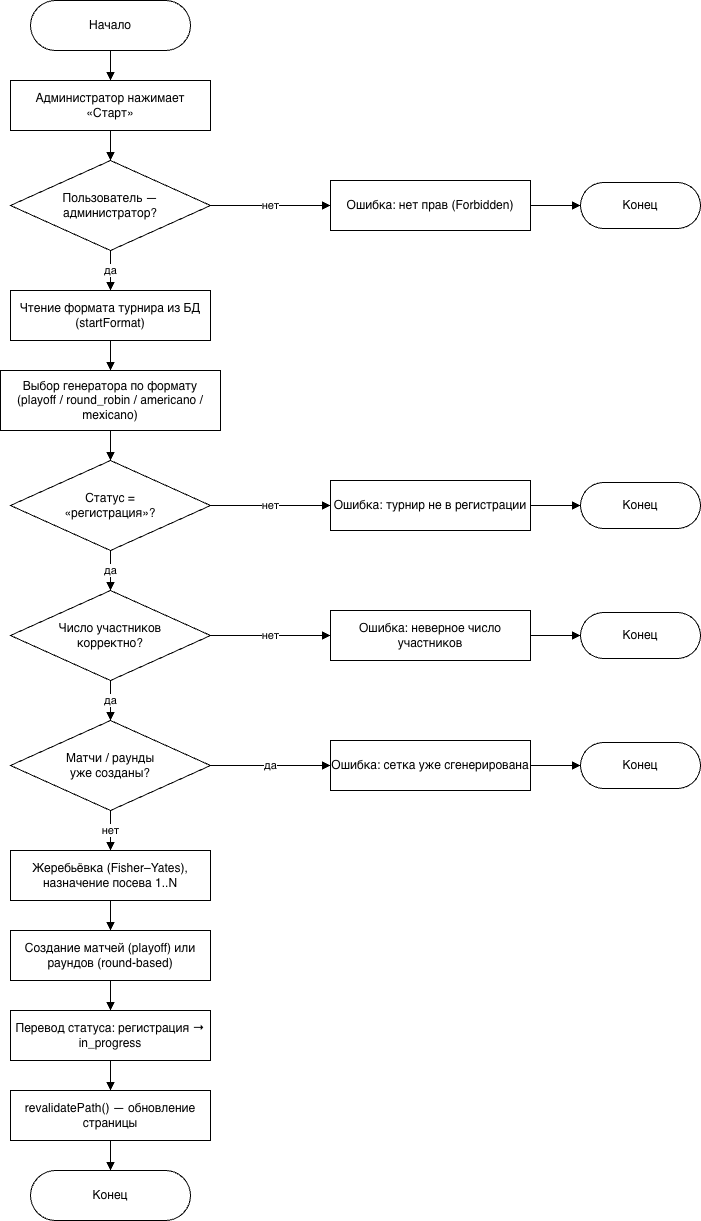
Before: docs/diagrams/07.png, a diagram exported from draw.io (memekas/diplom). Source tidied: cells renumbered, new cells last; positions are measured from the earlier drawing's top-left corner, leaving out a move shared by most shapes. Its diagram source:
```xml
<mxGraphModel>
  <root>
    <mxCell id="0" />
    <mxCell id="1" parent="0" />
    <mxCell id="2" value="Начало" style="rounded=1;arcSize=50;whiteSpace=wrap;html=1;" parent="1" vertex="1">
      <mxGeometry x="30" width="160" height="50" as="geometry" />
    </mxCell>
    <mxCell id="3" value="Администратор нажимает «Старт»" style="rounded=0;whiteSpace=wrap;html=1;" parent="1" vertex="1">
      <mxGeometry x="10" y="80" width="200" height="50" as="geometry" />
    </mxCell>
    <mxCell id="4" value="Пользователь —&#10;администратор?" style="rhombus;whiteSpace=wrap;html=1;" parent="1" vertex="1">
      <mxGeometry x="10" y="160" width="200" height="90" as="geometry" />
    </mxCell>
    <mxCell id="5" value="Чтение формата турнира из БД (startFormat)" style="rounded=0;whiteSpace=wrap;html=1;" parent="1" vertex="1">
      <mxGeometry x="10" y="290" width="200" height="50" as="geometry" />
    </mxCell>
    <mxCell id="6" value="Выбор генератора по формату&#10;(playoff / round_robin / americano / mexicano)" style="rounded=0;whiteSpace=wrap;html=1;" parent="1" vertex="1">
      <mxGeometry y="370" width="220" height="60" as="geometry" />
    </mxCell>
    <mxCell id="7" value="Статус =&#10;«регистрация»?" style="rhombus;whiteSpace=wrap;html=1;" parent="1" vertex="1">
      <mxGeometry x="10" y="460" width="200" height="90" as="geometry" />
    </mxCell>
    <mxCell id="8" value="Число участников&#10;корректно?" style="rhombus;whiteSpace=wrap;html=1;" parent="1" vertex="1">
      <mxGeometry x="10" y="590" width="200" height="90" as="geometry" />
    </mxCell>
    <mxCell id="9" value="Матчи / раунды&#10;уже созданы?" style="rhombus;whiteSpace=wrap;html=1;" parent="1" vertex="1">
      <mxGeometry x="10" y="720" width="200" height="90" as="geometry" />
    </mxCell>
    <mxCell id="10" value="Жеребьёвка (Fisher–Yates), назначение посева 1..N" style="rounded=0;whiteSpace=wrap;html=1;" parent="1" vertex="1">
      <mxGeometry x="10" y="850" width="200" height="50" as="geometry" />
    </mxCell>
    <mxCell id="11" value="Создание матчей (playoff) или раундов (round-based)" style="rounded=0;whiteSpace=wrap;html=1;" parent="1" vertex="1">
      <mxGeometry x="10" y="930" width="200" height="50" as="geometry" />
    </mxCell>
    <mxCell id="12" value="Перевод статуса: регистрация → in_progress" style="rounded=0;whiteSpace=wrap;html=1;" parent="1" vertex="1">
      <mxGeometry x="10" y="1010" width="200" height="50" as="geometry" />
    </mxCell>
    <mxCell id="13" value="revalidatePath() — обновление страницы" style="rounded=0;whiteSpace=wrap;html=1;" parent="1" vertex="1">
      <mxGeometry x="10" y="1090" width="200" height="50" as="geometry" />
    </mxCell>
    <mxCell id="14" value="Конец" style="rounded=1;arcSize=50;whiteSpace=wrap;html=1;" parent="1" vertex="1">
      <mxGeometry x="30" y="1170" width="160" height="50" as="geometry" />
    </mxCell>
    <mxCell id="15" value="Ошибка: нет прав (Forbidden)" style="rounded=0;whiteSpace=wrap;html=1;" parent="1" vertex="1">
      <mxGeometry x="330" y="180" width="200" height="50" as="geometry" />
    </mxCell>
    <mxCell id="16" value="Ошибка: турнир не в регистрации" style="rounded=0;whiteSpace=wrap;html=1;" parent="1" vertex="1">
      <mxGeometry x="330" y="480" width="200" height="50" as="geometry" />
    </mxCell>
    <mxCell id="17" value="Ошибка: неверное число участников" style="rounded=0;whiteSpace=wrap;html=1;" parent="1" vertex="1">
      <mxGeometry x="330" y="610" width="200" height="50" as="geometry" />
    </mxCell>
    <mxCell id="18" value="Ошибка: сетка уже сгенерирована" style="rounded=0;whiteSpace=wrap;html=1;" parent="1" vertex="1">
      <mxGeometry x="330" y="740" width="200" height="50" as="geometry" />
    </mxCell>
    <mxCell id="19" value="Конец" style="rounded=1;arcSize=50;whiteSpace=wrap;html=1;" parent="1" vertex="1">
      <mxGeometry x="580" y="182" width="120" height="46" as="geometry" />
    </mxCell>
    <mxCell id="20" value="Конец" style="rounded=1;arcSize=50;whiteSpace=wrap;html=1;" parent="1" vertex="1">
      <mxGeometry x="580" y="482" width="120" height="46" as="geometry" />
    </mxCell>
    <mxCell id="21" value="Конец" style="rounded=1;arcSize=50;whiteSpace=wrap;html=1;" parent="1" vertex="1">
      <mxGeometry x="580" y="612" width="120" height="46" as="geometry" />
    </mxCell>
    <mxCell id="22" value="Конец" style="rounded=1;arcSize=50;whiteSpace=wrap;html=1;" parent="1" vertex="1">
      <mxGeometry x="580" y="742" width="120" height="46" as="geometry" />
    </mxCell>
    <mxCell id="23" style="edgeStyle=orthogonalEdgeStyle;rounded=0;html=1;endArrow=block;" parent="1" edge="1" source="2" target="3">
      <mxGeometry relative="1" as="geometry" />
    </mxCell>
    <mxCell id="24" style="edgeStyle=orthogonalEdgeStyle;rounded=0;html=1;endArrow=block;" parent="1" edge="1" source="3" target="4">
      <mxGeometry relative="1" as="geometry" />
    </mxCell>
    <mxCell id="25" value="да" style="edgeStyle=orthogonalEdgeStyle;rounded=0;html=1;endArrow=block;exitX=0.5;exitY=1;exitDx=0;exitDy=0;" parent="1" edge="1" source="4" target="5">
      <mxGeometry relative="1" as="geometry" />
    </mxCell>
    <mxCell id="26" value="нет" style="edgeStyle=orthogonalEdgeStyle;rounded=0;html=1;endArrow=block;exitX=1;exitY=0.5;exitDx=0;exitDy=0;" parent="1" edge="1" source="4" target="15">
      <mxGeometry relative="1" as="geometry" />
    </mxCell>
    <mxCell id="27" style="edgeStyle=orthogonalEdgeStyle;rounded=0;html=1;endArrow=block;" parent="1" edge="1" source="5" target="6">
      <mxGeometry relative="1" as="geometry" />
    </mxCell>
    <mxCell id="28" style="edgeStyle=orthogonalEdgeStyle;rounded=0;html=1;endArrow=block;" parent="1" edge="1" source="6" target="7">
      <mxGeometry relative="1" as="geometry" />
    </mxCell>
    <mxCell id="29" value="да" style="edgeStyle=orthogonalEdgeStyle;rounded=0;html=1;endArrow=block;exitX=0.5;exitY=1;exitDx=0;exitDy=0;" parent="1" edge="1" source="7" target="8">
      <mxGeometry relative="1" as="geometry" />
    </mxCell>
    <mxCell id="30" value="нет" style="edgeStyle=orthogonalEdgeStyle;rounded=0;html=1;endArrow=block;exitX=1;exitY=0.5;exitDx=0;exitDy=0;" parent="1" edge="1" source="7" target="16">
      <mxGeometry relative="1" as="geometry" />
    </mxCell>
    <mxCell id="31" value="да" style="edgeStyle=orthogonalEdgeStyle;rounded=0;html=1;endArrow=block;exitX=0.5;exitY=1;exitDx=0;exitDy=0;" parent="1" edge="1" source="8" target="9">
      <mxGeometry relative="1" as="geometry" />
    </mxCell>
    <mxCell id="32" value="нет" style="edgeStyle=orthogonalEdgeStyle;rounded=0;html=1;endArrow=block;exitX=1;exitY=0.5;exitDx=0;exitDy=0;" parent="1" edge="1" source="8" target="17">
      <mxGeometry relative="1" as="geometry" />
    </mxCell>
    <mxCell id="33" value="нет" style="edgeStyle=orthogonalEdgeStyle;rounded=0;html=1;endArrow=block;exitX=0.5;exitY=1;exitDx=0;exitDy=0;" parent="1" edge="1" source="9" target="10">
      <mxGeometry relative="1" as="geometry" />
    </mxCell>
    <mxCell id="34" value="да" style="edgeStyle=orthogonalEdgeStyle;rounded=0;html=1;endArrow=block;exitX=1;exitY=0.5;exitDx=0;exitDy=0;" parent="1" edge="1" source="9" target="18">
      <mxGeometry relative="1" as="geometry" />
    </mxCell>
    <mxCell id="35" style="edgeStyle=orthogonalEdgeStyle;rounded=0;html=1;endArrow=block;" parent="1" edge="1" source="10" target="11">
      <mxGeometry relative="1" as="geometry" />
    </mxCell>
    <mxCell id="36" style="edgeStyle=orthogonalEdgeStyle;rounded=0;html=1;endArrow=block;" parent="1" edge="1" source="11" target="12">
      <mxGeometry relative="1" as="geometry" />
    </mxCell>
    <mxCell id="37" style="edgeStyle=orthogonalEdgeStyle;rounded=0;html=1;endArrow=block;" parent="1" edge="1" source="12" target="13">
      <mxGeometry relative="1" as="geometry" />
    </mxCell>
    <mxCell id="38" style="edgeStyle=orthogonalEdgeStyle;rounded=0;html=1;endArrow=block;" parent="1" edge="1" source="13" target="14">
      <mxGeometry relative="1" as="geometry" />
    </mxCell>
    <mxCell id="39" style="edgeStyle=orthogonalEdgeStyle;rounded=0;html=1;endArrow=block;exitX=1;exitY=0.5;exitDx=0;exitDy=0;entryX=0;entryY=0.5;entryDx=0;entryDy=0;" parent="1" edge="1" source="15" target="19">
      <mxGeometry relative="1" as="geometry" />
    </mxCell>
    <mxCell id="40" style="edgeStyle=orthogonalEdgeStyle;rounded=0;html=1;endArrow=block;exitX=1;exitY=0.5;exitDx=0;exitDy=0;entryX=0;entryY=0.5;entryDx=0;entryDy=0;" parent="1" edge="1" source="16" target="20">
      <mxGeometry relative="1" as="geometry" />
    </mxCell>
    <mxCell id="41" style="edgeStyle=orthogonalEdgeStyle;rounded=0;html=1;endArrow=block;exitX=1;exitY=0.5;exitDx=0;exitDy=0;entryX=0;entryY=0.5;entryDx=0;entryDy=0;" parent="1" edge="1" source="17" target="21">
      <mxGeometry relative="1" as="geometry" />
    </mxCell>
    <mxCell id="42" style="edgeStyle=orthogonalEdgeStyle;rounded=0;html=1;endArrow=block;exitX=1;exitY=0.5;exitDx=0;exitDy=0;entryX=0;entryY=0.5;entryDx=0;entryDy=0;" parent="1" edge="1" source="18" target="22">
      <mxGeometry relative="1" as="geometry" />
    </mxCell>
  </root>
</mxGraphModel>
```
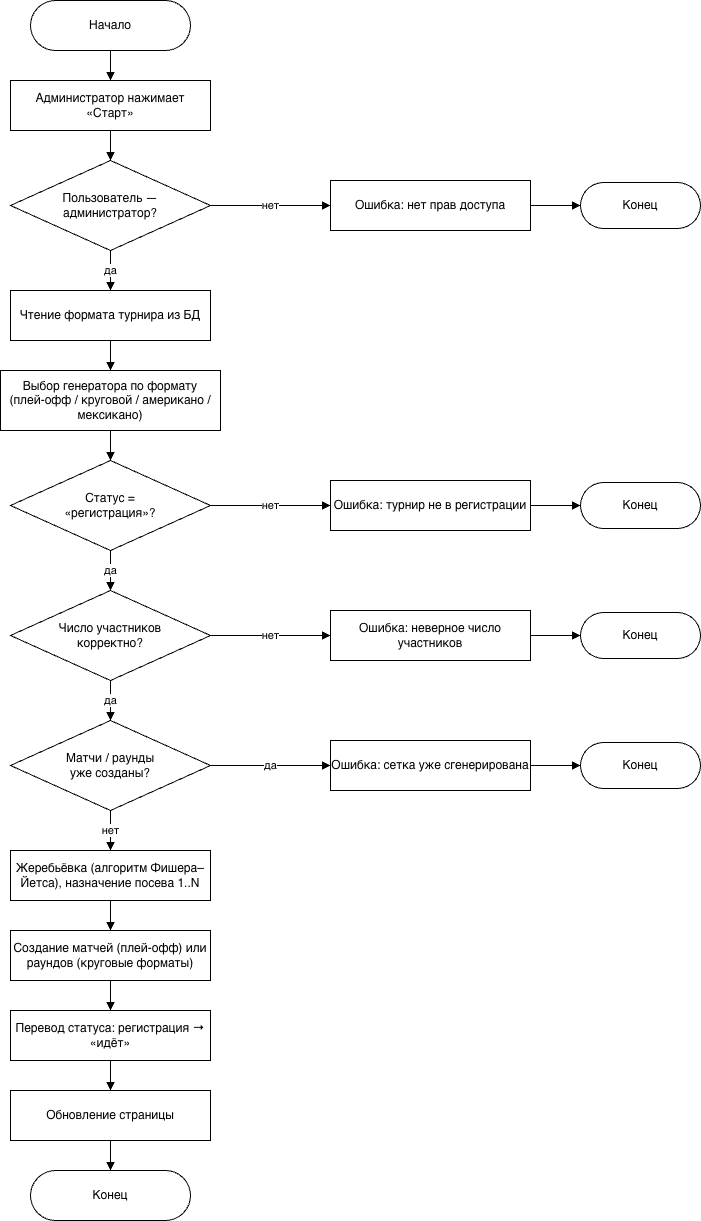
Above is the later version.

Commit message:
docs: re-export figure 7 PNG with Russian labels

Change to the diagram source:
```diff
@@ -11,10 +11,10 @@
     <mxCell id="4" value="Пользователь —&#10;администратор?" style="rhombus;whiteSpace=wrap;html=1;" parent="1" vertex="1">
       <mxGeometry x="10" y="160" width="200" height="90" as="geometry" />
     </mxCell>
-    <mxCell id="5" value="Чтение формата турнира из БД (startFormat)" style="rounded=0;whiteSpace=wrap;html=1;" parent="1" vertex="1">
+    <mxCell id="5" value="Чтение формата турнира из БД" style="rounded=0;whiteSpace=wrap;html=1;" parent="1" vertex="1">
       <mxGeometry x="10" y="290" width="200" height="50" as="geometry" />
     </mxCell>
-    <mxCell id="6" value="Выбор генератора по формату&#10;(playoff / round_robin / americano / mexicano)" style="rounded=0;whiteSpace=wrap;html=1;" parent="1" vertex="1">
+    <mxCell id="6" value="Выбор генератора по формату&#10;(плей-офф / круговой / американо / мексикано)" style="rounded=0;whiteSpace=wrap;html=1;" parent="1" vertex="1">
       <mxGeometry y="370" width="220" height="60" as="geometry" />
     </mxCell>
     <mxCell id="7" value="Статус =&#10;«регистрация»?" style="rhombus;whiteSpace=wrap;html=1;" parent="1" vertex="1">
@@ -26,22 +26,22 @@
     <mxCell id="9" value="Матчи / раунды&#10;уже созданы?" style="rhombus;whiteSpace=wrap;html=1;" parent="1" vertex="1">
       <mxGeometry x="10" y="720" width="200" height="90" as="geometry" />
     </mxCell>
-    <mxCell id="10" value="Жеребьёвка (Fisher–Yates), назначение посева 1..N" style="rounded=0;whiteSpace=wrap;html=1;" parent="1" vertex="1">
+    <mxCell id="10" value="Жеребьёвка (алгоритм Фишера–Йетса), назначение посева 1..N" style="rounded=0;whiteSpace=wrap;html=1;" parent="1" vertex="1">
       <mxGeometry x="10" y="850" width="200" height="50" as="geometry" />
     </mxCell>
-    <mxCell id="11" value="Создание матчей (playoff) или раундов (round-based)" style="rounded=0;whiteSpace=wrap;html=1;" parent="1" vertex="1">
+    <mxCell id="11" value="Создание матчей (плей-офф) или раундов (круговые форматы)" style="rounded=0;whiteSpace=wrap;html=1;" parent="1" vertex="1">
       <mxGeometry x="10" y="930" width="200" height="50" as="geometry" />
     </mxCell>
-    <mxCell id="12" value="Перевод статуса: регистрация → in_progress" style="rounded=0;whiteSpace=wrap;html=1;" parent="1" vertex="1">
+    <mxCell id="12" value="Перевод статуса: регистрация → «идёт»" style="rounded=0;whiteSpace=wrap;html=1;" parent="1" vertex="1">
       <mxGeometry x="10" y="1010" width="200" height="50" as="geometry" />
     </mxCell>
-    <mxCell id="13" value="revalidatePath() — обновление страницы" style="rounded=0;whiteSpace=wrap;html=1;" parent="1" vertex="1">
+    <mxCell id="13" value="Обновление страницы" style="rounded=0;whiteSpace=wrap;html=1;" parent="1" vertex="1">
       <mxGeometry x="10" y="1090" width="200" height="50" as="geometry" />
     </mxCell>
     <mxCell id="14" value="Конец" style="rounded=1;arcSize=50;whiteSpace=wrap;html=1;" parent="1" vertex="1">
       <mxGeometry x="30" y="1170" width="160" height="50" as="geometry" />
     </mxCell>
-    <mxCell id="15" value="Ошибка: нет прав (Forbidden)" style="rounded=0;whiteSpace=wrap;html=1;" parent="1" vertex="1">
+    <mxCell id="15" value="Ошибка: нет прав доступа" style="rounded=0;whiteSpace=wrap;html=1;" parent="1" vertex="1">
       <mxGeometry x="330" y="180" width="200" height="50" as="geometry" />
     </mxCell>
     <mxCell id="16" value="Ошибка: турнир не в регистрации" style="rounded=0;whiteSpace=wrap;html=1;" parent="1" vertex="1">
```
